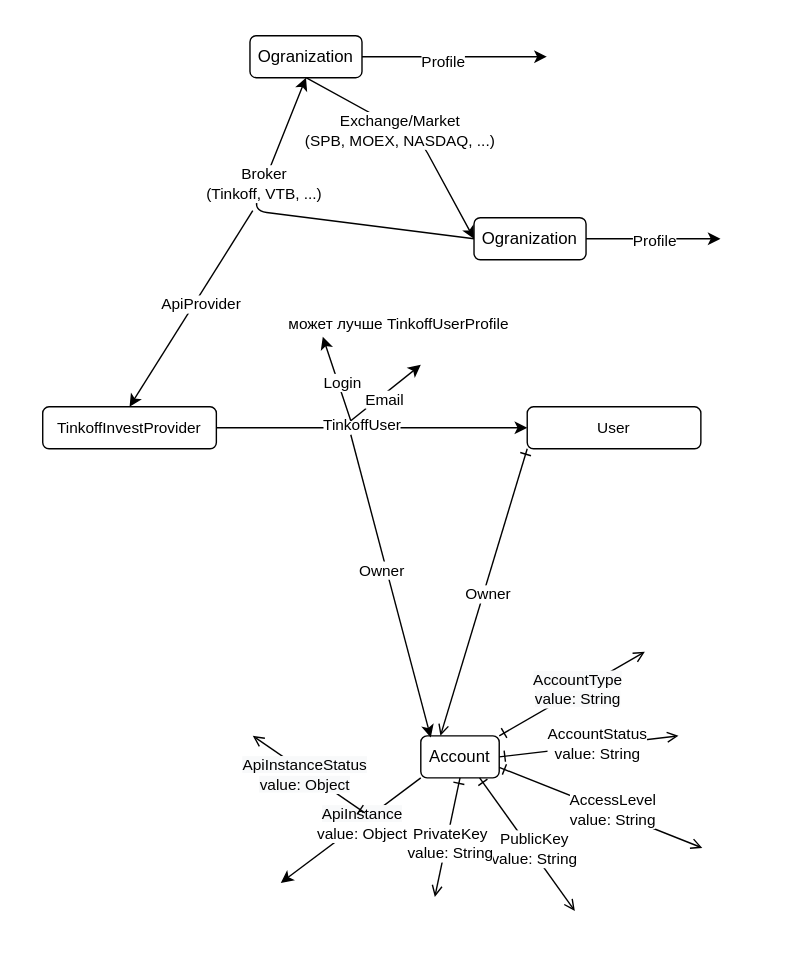
Above: src/account/Account.drawio.svg in suenot/deep-tinkoff-invest-api (draw.io), before the change. Source tidied: cells renumbered, new cells last; positions are measured from the earlier drawing's top-left corner, leaving out a move shared by most shapes.
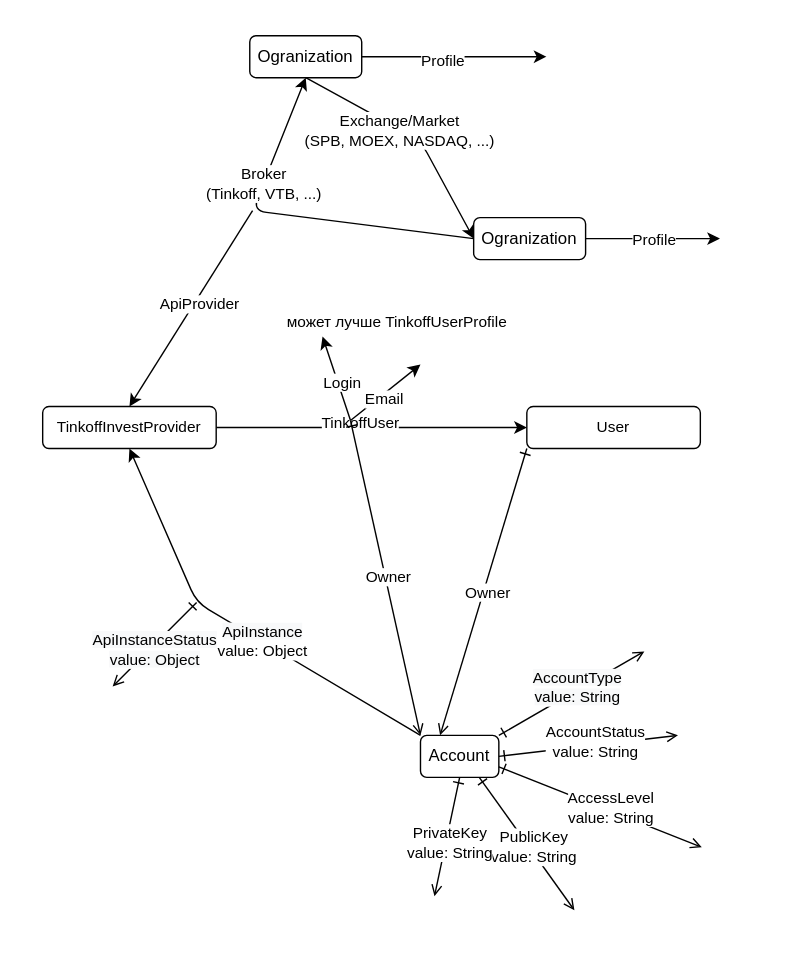
The same file after the commit.

What changed in the source:
```diff
@@ -48,9 +48,11 @@
     <mxCell id="13" value="PrivateKey&lt;br&gt;value: String" style="edgeLabel;html=1;align=center;verticalAlign=middle;" parent="12" vertex="1">
       <mxGeometry x="0.08" y="2" relative="1" as="geometry" />
     </mxCell>
-    <mxCell id="14" style="edgeStyle=none;html=1;exitX=0;exitY=1;exitDx=0;exitDy=0;entryX=0.5;entryY=0;entryDx=0;entryDy=0;" parent="1" edge="1" source="3">
+    <mxCell id="14" style="edgeStyle=none;html=1;exitX=0;exitY=0;exitDx=0;exitDy=0;entryX=0.5;entryY=1;entryDx=0;entryDy=0;" parent="1" edge="1" source="3" target="27">
       <mxGeometry relative="1" as="geometry">
-        <mxPoint x="200" y="630" as="targetPoint" />
+        <Array as="points">
+          <mxPoint x="140" y="430" />
+        </Array>
       </mxGeometry>
     </mxCell>
     <mxCell id="15" value="&lt;span style=&quot;color: rgba(0 , 0 , 0 , 0) ; font-family: monospace ; font-size: 0px ; background-color: rgb(248 , 249 , 250)&quot;&gt;%3CmxGraphModel%3E%3Croot%3E%3CmxCell%20id%3D%220%22%2F%3E%3CmxCell%20id%3D%221%22%20parent%3D%220%22%2F%3E%3CmxCell%20id%3D%222%22%20value%3D%22Contain%22%20style%3D%22orthogonalLoop%3D1%3BjettySize%3Dauto%3Bhtml%3D1%3Bshadow%3D0%3BlabelBackgroundColor%3Dnone%3BstartArrow%3DERone%3BstartFill%3D0%3BendArrow%3Dopen%3BendFill%3D0%3BfontColor%3D%23000000%3BfontFamily%3DComic%20Sans%20MS%3BentryX%3D0%3BentryY%3D0.5%3BentryDx%3D0%3BentryDy%3D0%3BexitX%3D1%3BexitY%3D0.5%3BexitDx%3D0%3BexitDy%3D0%3B%22%20edge%3D%221%22%20parent%3D%221%22%3E%3CmxGeometry%20relative%3D%221%22%20as%3D%22geometry%22%3E%3CmxPoint%20x%3D%22186%22%20y%3D%221620%22%20as%3D%22sourcePoint%22%2F%3E%3CmxPoint%20x%3D%22320%22%20y%3D%221620%22%20as%3D%22targetPoint%22%2F%3E%3C%2FmxGeometry%3E%3C%2FmxCell%3E%3C%2Froot%3E%3C%2FmxGraphModel%3E&lt;/span&gt;" style="edgeLabel;html=1;align=center;verticalAlign=middle;" parent="14" vertex="1">
@@ -154,30 +156,28 @@
         <mxPoint x="-7" as="offset" />
       </mxGeometry>
     </mxCell>
-    <mxCell id="38" style="edgeStyle=none;html=1;entryX=0.127;entryY=0.038;entryDx=0;entryDy=0;entryPerimeter=0;" parent="1" edge="1" target="3">
-      <mxGeometry relative="1" as="geometry">
-        <mxPoint x="250" y="310" as="sourcePoint" />
-      </mxGeometry>
-    </mxCell>
-    <mxCell id="39" value="Owner" style="edgeLabel;html=1;align=center;verticalAlign=middle;" parent="38" vertex="1">
-      <mxGeometry x="-0.12" y="-3" relative="1" as="geometry">
-        <mxPoint x="-1" as="offset" />
-      </mxGeometry>
-    </mxCell>
     <mxCell id="40" style="edgeStyle=none;html=1;startArrow=ERone;startFill=0;endArrow=open;endFill=0;exitX=0;exitY=1;exitDx=0;exitDy=0;entryX=0.25;entryY=0;entryDx=0;entryDy=0;" parent="1" edge="1" source="28" target="3">
       <mxGeometry relative="1" as="geometry" />
     </mxCell>
     <mxCell id="41" value="Owner" style="edgeLabel;html=1;align=center;verticalAlign=middle;" parent="40" vertex="1">
       <mxGeometry x="-0.01" y="2" relative="1" as="geometry" />
     </mxCell>
-    <mxCell id="42" style="edgeStyle=none;html=1;entryX=0.5;entryY=1;entryDx=0;entryDy=0;startArrow=ERone;startFill=0;endArrow=open;endFill=0;" parent="1" edge="1">
+    <mxCell id="42" style="edgeStyle=none;html=1;startArrow=ERone;startFill=0;endArrow=open;endFill=0;" parent="1" edge="1">
       <mxGeometry relative="1" as="geometry">
-        <mxPoint x="260" y="580" as="sourcePoint" />
-        <mxPoint x="180" y="525" as="targetPoint" />
+        <mxPoint x="140" y="430" as="sourcePoint" />
+        <mxPoint x="80" y="490" as="targetPoint" />
       </mxGeometry>
     </mxCell>
     <mxCell id="43" value="&lt;span style=&quot;background-color: rgb(248 , 249 , 250)&quot;&gt;ApiInstanceStatus&lt;/span&gt;&lt;span style=&quot;background-color: rgb(248 , 249 , 250)&quot;&gt;&lt;span&gt;&lt;br&gt;value: Object&lt;/span&gt;&lt;br&gt;&lt;/span&gt;" style="edgeLabel;html=1;align=center;verticalAlign=middle;" parent="42" vertex="1">
       <mxGeometry x="0.08" y="2" relative="1" as="geometry" />
     </mxCell>
+    <mxCell id="44" style="edgeStyle=none;html=1;startArrow=ERone;startFill=0;endArrow=open;endFill=0;entryX=0;entryY=0;entryDx=0;entryDy=0;" parent="1" edge="1" target="3">
+      <mxGeometry relative="1" as="geometry">
+        <mxPoint x="250" y="300" as="sourcePoint" />
+      </mxGeometry>
+    </mxCell>
+    <mxCell id="39" value="Owner" style="edgeLabel;html=1;align=center;verticalAlign=middle;" parent="44" vertex="1">
+      <mxGeometry x="-0.01" y="2" relative="1" as="geometry" />
+    </mxCell>
   </root>
 </mxGraphModel>
```
